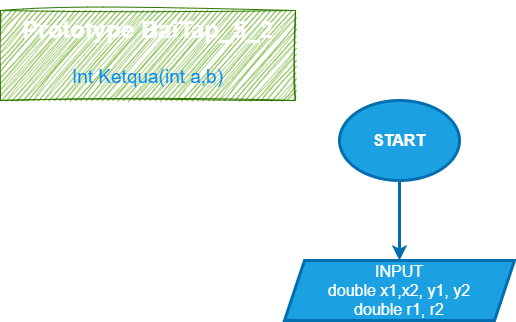
Before: Lab_2/Bai_5/FlowBai_5_2.drawio.png, a diagram exported from draw.io (MinkWungNe/NLNNLT). Source tidied: cells renumbered, new cells last; positions are measured from the earlier drawing's top-left corner, leaving out a move shared by most shapes.
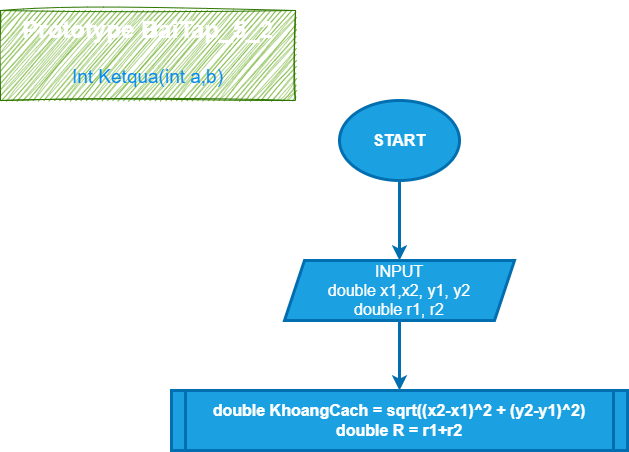
The same diagram one commit later.

Commit message:
Enhance flowchart readability with color highlights

Change to the diagram source:
```diff
@@ -11,8 +11,14 @@
     <mxCell id="4" value="START" style="ellipse;whiteSpace=wrap;html=1;fillColor=#1ba1e2;fontColor=#ffffff;strokeColor=#006EAF;strokeWidth=3;fontStyle=1;fontSize=16;rounded=0;" parent="1" vertex="1">
       <mxGeometry x="339" y="90" width="120" height="80" as="geometry" />
     </mxCell>
+    <mxCell id="6" style="edgeStyle=none;html=1;entryX=0.5;entryY=0;entryDx=0;entryDy=0;strokeWidth=3;fillColor=#1ba1e2;strokeColor=#006EAF;" parent="1" edge="1" source="5" target="7">
+      <mxGeometry relative="1" as="geometry" />
+    </mxCell>
     <mxCell id="5" value="INPUT&lt;br&gt;double x1,x2, y1, y2&lt;br&gt;double r1, r2" style="shape=parallelogram;perimeter=parallelogramPerimeter;whiteSpace=wrap;html=1;fixedSize=1;sketch=0;strokeWidth=3;fontSize=16;fillColor=#1ba1e2;fontColor=#ffffff;strokeColor=#006EAF;rounded=0;" parent="1" vertex="1">
       <mxGeometry x="284" y="250" width="230" height="60" as="geometry" />
     </mxCell>
+    <mxCell id="7" value="double KhoangCach = sqrt((x2-x1)^2 + (y2-y1)^2)&lt;br&gt;double R = r1+r2" style="shape=process;whiteSpace=wrap;html=1;backgroundOutline=1;strokeWidth=3;fillColor=#1ba1e2;fontColor=#ffffff;strokeColor=#006EAF;fontSize=16;fontStyle=1;size=0.03070175438596491;" parent="1" vertex="1">
+      <mxGeometry x="171" y="380" width="456" height="60" as="geometry" />
+    </mxCell>
   </root>
 </mxGraphModel>
```
